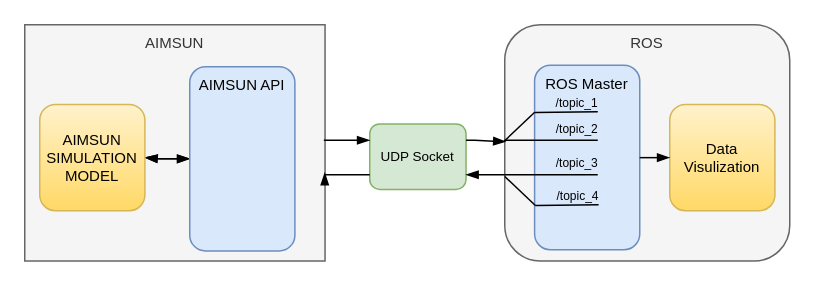
Before: page "Page-1" (1 of 2) of ROS_AIMSUN_Bridge.drawio in LimingGao/draw_io, a draw.io diagram. Source tidied: cells renumbered, new cells numbered last; positions are measured from the earlier drawing's top-left corner, leaving out a move shared by most shapes. Both pictures are drawn from the tidied source at 150%, with x=0, y=0 at pixel (24, 24).
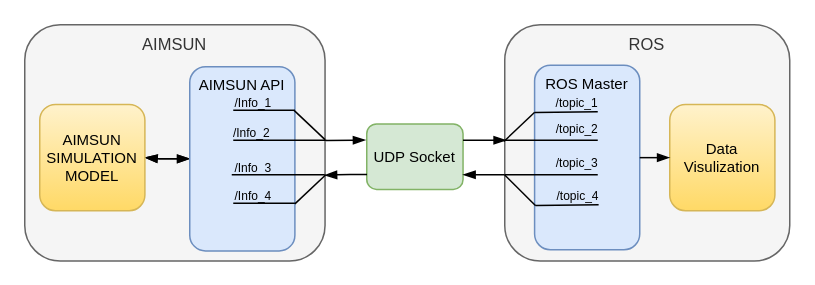
Above is the later version.

Unchanged cells that the change refers to:
```xml
<mxCell id="5" value="AIMSUN API" style="rounded=1;align=center;verticalAlign=top;fontSize=10;fontStyle=0;fillColor=#dae8fc;strokeColor=#6c8ebf;" parent="1" vertex="1">
  <mxGeometry x="110" y="28" width="70.1" height="122.8" as="geometry" />
</mxCell>
```

The edit, as a diff of the source:
```diff
@@
-    <mxCell id="2" value="AIMSUN" style="rounded=0;align=center;verticalAlign=top;fontSize=10;fontStyle=0;strokeColor=#666666;fillColor=#f5f5f5;fontColor=#333333;glass=0;" parent="1" vertex="1">
+    <mxCell id="2" value="AIMSUN" style="rounded=1;align=center;verticalAlign=top;fontSize=11;fontStyle=0;strokeColor=#666666;fillColor=#f5f5f5;fontColor=#333333;glass=0;" parent="1" vertex="1">
       <mxGeometry width="200.2" height="157.5" as="geometry" />
     </mxCell>
@@
-    <mxCell id="7" value="UDP Socket" style="rounded=1;align=center;verticalAlign=middle;fillColor=#d5e8d4;strokeColor=#82b366;fontSize=9;fontStyle=0;" parent="1" vertex="1">
-      <mxGeometry x="230" y="66.1" width="64.2" height="43.7" as="geometry" />
+    <mxCell id="7" value="UDP Socket" style="rounded=1;align=center;verticalAlign=middle;fillColor=#d5e8d4;strokeColor=#82b366;fontSize=10;fontStyle=0;" parent="1" vertex="1">
+      <mxGeometry x="228" y="66.1" width="64.2" height="43.7" as="geometry" />
     </mxCell>
-    <mxCell id="8" value="ROS" style="rounded=1;align=center;verticalAlign=top;fontSize=10;fontStyle=0;strokeColor=#666666;fillColor=#f5f5f5;fontColor=#333333;glass=0;" parent="1" vertex="1">
+    <mxCell id="8" value="ROS" style="rounded=1;align=center;verticalAlign=top;fontSize=11;fontStyle=0;strokeColor=#666666;fillColor=#f5f5f5;fontColor=#333333;glass=0;" parent="1" vertex="1">
       <mxGeometry x="320" width="190" height="157.5" as="geometry" />
     </mxCell>
@@
-    <mxCell id="11" style="edgeStyle=orthogonalEdgeStyle;rounded=0;jettySize=auto;startArrow=blockThin;startFill=1;endArrow=none;endFill=0;strokeWidth=1;entryX=0.996;entryY=0.495;entryDx=0;entryDy=0;entryPerimeter=0;" parent="1" edge="1" target="2">
-      <mxGeometry relative="1" as="geometry">
-        <mxPoint x="230" y="77" as="sourcePoint" />
-      </mxGeometry>
+    <mxCell id="11" style="rounded=0;jettySize=auto;startArrow=blockThin;startFill=1;endArrow=none;endFill=0;strokeWidth=1;entryX=1.003;entryY=0.49;entryDx=0;entryDy=0;exitX=-0.012;exitY=0.247;exitDx=0;exitDy=0;exitPerimeter=0;entryPerimeter=0;" parent="1" edge="1" source="7" target="2">
+      <mxGeometry relative="1" as="geometry" />
     </mxCell>
-    <mxCell id="12" style="edgeStyle=orthogonalEdgeStyle;rounded=0;jettySize=auto;startArrow=blockThin;startFill=1;endArrow=none;endFill=0;strokeWidth=1;entryX=1;entryY=0.25;entryDx=0;entryDy=0;exitX=0.004;exitY=0.495;exitDx=0;exitDy=0;exitPerimeter=0;" parent="1" edge="1" source="8" target="7">
+    <mxCell id="12" style="rounded=0;jettySize=auto;startArrow=blockThin;startFill=1;endArrow=none;endFill=0;strokeWidth=1;entryX=1;entryY=0.25;entryDx=0;entryDy=0;" parent="1" edge="1" target="7">
       <mxGeometry relative="1" as="geometry">
-        <Array as="points">
-          <mxPoint x="300" y="77" />
-          <mxPoint x="300" y="77" />
-        </Array>
+        <mxPoint x="321" y="77" as="sourcePoint" />
       </mxGeometry>
     </mxCell>
-    <mxCell id="13" style="edgeStyle=orthogonalEdgeStyle;rounded=0;jettySize=auto;startArrow=none;startFill=0;endArrow=blockThin;endFill=1;strokeWidth=1;exitX=-0.006;exitY=0.568;exitDx=0;exitDy=0;exitPerimeter=0;entryX=0.999;entryY=0.626;entryDx=0;entryDy=0;entryPerimeter=0;" parent="1" edge="1" target="2">
-      <mxGeometry relative="1" as="geometry">
-        <mxPoint x="230" y="100" as="sourcePoint" />
-      </mxGeometry>
-    </mxCell>
@@
-    <mxCell id="24" style="rounded=0;jettySize=auto;startArrow=none;startFill=0;endArrow=none;endFill=0;strokeWidth=1;entryX=0;entryY=0.642;entryDx=0;entryDy=0;exitX=0.001;exitY=0.255;exitDx=0;exitDy=0;entryPerimeter=0;exitPerimeter=0;" parent="1" edge="1" target="8">
+    <mxCell id="24" style="rounded=0;jettySize=auto;startArrow=none;startFill=0;endArrow=none;endFill=0;strokeWidth=1;exitX=0.001;exitY=0.255;exitDx=0;exitDy=0;exitPerimeter=0;entryX=0;entryY=0.636;entryDx=0;entryDy=0;entryPerimeter=0;" parent="1" edge="1" target="8">
       <mxGeometry relative="1" as="geometry">
         <mxPoint x="340.6" y="120.7" as="sourcePoint" />
       </mxGeometry>
     </mxCell>
@@
+    <mxCell id="26" style="edgeStyle=orthogonalEdgeStyle;rounded=0;jettySize=auto;startArrow=none;startFill=0;endArrow=blockThin;endFill=1;strokeWidth=1;entryX=0.998;entryY=0.637;entryDx=0;entryDy=0;entryPerimeter=0;exitX=0.003;exitY=0.771;exitDx=0;exitDy=0;exitPerimeter=0;" parent="1" edge="1" source="7" target="2">
+      <mxGeometry relative="1" as="geometry">
+        <Array as="points">
+          <mxPoint x="217" y="100" />
+        </Array>
+      </mxGeometry>
+    </mxCell>
+    <mxCell id="27" style="edgeStyle=orthogonalEdgeStyle;rounded=0;orthogonalLoop=1;jettySize=auto;startArrow=none;startFill=0;endArrow=none;endFill=0;strokeWidth=1;" parent="1" edge="1">
+      <mxGeometry relative="1" as="geometry">
+        <mxPoint x="201" y="77" as="sourcePoint" />
+        <mxPoint x="139" y="77" as="targetPoint" />
+        <Array as="points">
+          <mxPoint x="179" y="77" />
+          <mxPoint x="179" y="77" />
+        </Array>
+      </mxGeometry>
+    </mxCell>
+    <mxCell id="28" value="/Info_2" style="edgeLabel;align=center;verticalAlign=middle;fontSize=8;labelBackgroundColor=none;" parent="27" vertex="1">
+      <mxGeometry x="-0.2" y="2" relative="1" as="geometry">
+        <mxPoint x="-25" y="-7" as="offset" />
+      </mxGeometry>
+    </mxCell>
+    <mxCell id="29" style="rounded=0;orthogonalLoop=1;jettySize=auto;startArrow=none;startFill=0;endArrow=none;endFill=0;strokeWidth=1;entryX=-0.003;entryY=0.494;entryDx=0;entryDy=0;exitX=0.001;exitY=0.255;exitDx=0;exitDy=0;entryPerimeter=0;exitPerimeter=0;" parent="1" edge="1">
+      <mxGeometry relative="1" as="geometry">
+        <mxPoint x="200.7" y="100" as="sourcePoint" />
+        <mxPoint x="180.1" y="119.4" as="targetPoint" />
+      </mxGeometry>
+    </mxCell>
+    <mxCell id="30" style="rounded=0;jettySize=auto;startArrow=none;startFill=0;endArrow=none;endFill=0;strokeWidth=1;exitX=0.001;exitY=0.255;exitDx=0;exitDy=0;exitPerimeter=0;entryX=0.992;entryY=0.237;entryDx=0;entryDy=0;entryPerimeter=0;" parent="1" edge="1" target="5">
+      <mxGeometry relative="1" as="geometry">
+        <mxPoint x="200.2" y="76.6" as="sourcePoint" />
+      </mxGeometry>
+    </mxCell>
+    <mxCell id="31" style="edgeStyle=orthogonalEdgeStyle;rounded=0;orthogonalLoop=1;jettySize=auto;startArrow=none;startFill=0;endArrow=none;endFill=0;strokeWidth=1;" parent="1" edge="1">
+      <mxGeometry relative="1" as="geometry">
+        <mxPoint x="159" y="57" as="sourcePoint" />
+        <mxPoint x="139" y="57" as="targetPoint" />
+        <Array as="points">
+          <mxPoint x="180.1" y="57" />
+          <mxPoint x="180.1" y="57" />
+        </Array>
+      </mxGeometry>
+    </mxCell>
+    <mxCell id="32" value="/Info_1" style="edgeLabel;align=center;verticalAlign=middle;fontSize=8;labelBackgroundColor=none;" parent="31" vertex="1">
+      <mxGeometry x="-0.2" y="2" relative="1" as="geometry">
+        <mxPoint x="-24.1" y="-7" as="offset" />
+      </mxGeometry>
+    </mxCell>
+    <mxCell id="33" style="edgeStyle=orthogonalEdgeStyle;rounded=0;orthogonalLoop=1;jettySize=auto;startArrow=none;startFill=0;endArrow=none;endFill=0;strokeWidth=1;" parent="1" edge="1">
+      <mxGeometry relative="1" as="geometry">
+        <mxPoint x="200" y="100" as="sourcePoint" />
+        <mxPoint x="138" y="100" as="targetPoint" />
+        <Array as="points">
+          <mxPoint x="178" y="100" />
+          <mxPoint x="178" y="100" />
+        </Array>
+      </mxGeometry>
+    </mxCell>
+    <mxCell id="34" value="/Info_3" style="edgeLabel;align=center;verticalAlign=middle;fontSize=8;labelBackgroundColor=none;" parent="33" vertex="1">
+      <mxGeometry x="-0.2" y="2" relative="1" as="geometry">
+        <mxPoint x="-23" y="-7" as="offset" />
+      </mxGeometry>
+    </mxCell>
+    <mxCell id="35" style="edgeStyle=orthogonalEdgeStyle;rounded=0;orthogonalLoop=1;jettySize=auto;startArrow=none;startFill=0;endArrow=none;endFill=0;strokeWidth=1;" parent="1" edge="1">
+      <mxGeometry relative="1" as="geometry">
+        <mxPoint x="159" y="119" as="sourcePoint" />
+        <mxPoint x="139" y="119" as="targetPoint" />
+        <Array as="points">
+          <mxPoint x="180.1" y="119" />
+          <mxPoint x="180.1" y="119" />
+        </Array>
+      </mxGeometry>
+    </mxCell>
+    <mxCell id="36" value="/Info_4" style="edgeLabel;align=center;verticalAlign=middle;fontSize=8;labelBackgroundColor=none;" parent="35" vertex="1">
+      <mxGeometry x="-0.2" y="2" relative="1" as="geometry">
+        <mxPoint x="-24.1" y="-7" as="offset" />
+      </mxGeometry>
+    </mxCell>
```
